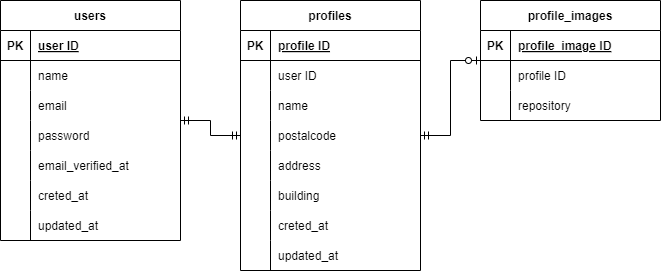
Above: src/er_diagram.drawio.png in gh-sugiura/mock_project2 (draw.io), before the change. Source tidied: cells renumbered, new cells last; positions are measured from the earlier drawing's top-left corner, leaving out a move shared by most shapes.
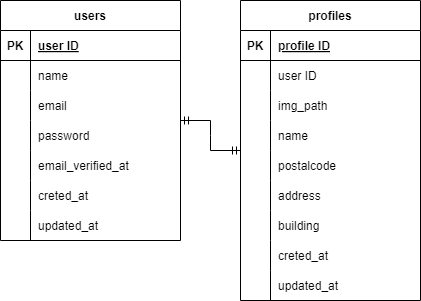
After the commit.

The edit, as a diff of the source:
```diff
@@ -3,7 +3,7 @@
     <mxCell id="0" />
     <mxCell id="1" parent="0" />
     <mxCell id="2" value="profiles" style="shape=table;startSize=30;rowLines=0;fontStyle=1;align=center;" parent="1" vertex="1">
-      <mxGeometry x="240" width="180" height="270" as="geometry" />
+      <mxGeometry x="240" width="180" height="300" as="geometry" />
     </mxCell>
     <mxCell id="3" style="shape=tableRow;horizontal=0;startSize=0;swimlaneHead=0;swimlaneBody=0;fillColor=none;top=0;left=0;right=0;bottom=1;" parent="2" vertex="1">
       <mxGeometry y="30" width="180" height="30" as="geometry" />
@@ -23,8 +23,17 @@
     <mxCell id="8" value="user ID" style="shape=partialRectangle;fillColor=none;top=0;left=0;bottom=0;right=0;align=left;spacingLeft=6;overflow=hidden;" parent="6" vertex="1">
       <mxGeometry x="30" width="150" height="30" as="geometry" />
     </mxCell>
+    <mxCell id="34" style="shape=tableRow;horizontal=0;startSize=0;swimlaneHead=0;swimlaneBody=0;fillColor=none;top=0;left=0;right=0;bottom=0;" parent="2" vertex="1">
+      <mxGeometry y="90" width="180" height="30" as="geometry" />
+    </mxCell>
+    <mxCell id="61" style="shape=partialRectangle;fillColor=none;top=0;left=0;bottom=0;right=0;overflow=hidden;" parent="34" vertex="1">
+      <mxGeometry width="30" height="30" as="geometry" />
+    </mxCell>
+    <mxCell id="62" value="img_path" style="shape=partialRectangle;fillColor=none;top=0;left=0;bottom=0;right=0;align=left;spacingLeft=6;overflow=hidden;" parent="34" vertex="1">
+      <mxGeometry x="30" width="150" height="30" as="geometry" />
+    </mxCell>
     <mxCell id="9" style="shape=tableRow;horizontal=0;startSize=0;swimlaneHead=0;swimlaneBody=0;fillColor=none;top=0;left=0;right=0;bottom=0;" parent="2" vertex="1">
-      <mxGeometry y="90" width="180" height="30" as="geometry" />
+      <mxGeometry y="120" width="180" height="30" as="geometry" />
     </mxCell>
     <mxCell id="10" style="shape=partialRectangle;fillColor=none;top=0;left=0;bottom=0;right=0;overflow=hidden;" parent="9" vertex="1">
       <mxGeometry width="30" height="30" as="geometry" />
@@ -33,7 +42,7 @@
       <mxGeometry x="30" width="150" height="30" as="geometry" />
     </mxCell>
     <mxCell id="12" style="shape=tableRow;horizontal=0;startSize=0;swimlaneHead=0;swimlaneBody=0;fillColor=none;points=[[0,0.5],[1,0.5]];portConstraint=eastwest;top=0;left=0;right=0;bottom=0;" parent="2" vertex="1">
-      <mxGeometry y="120" width="180" height="30" as="geometry" />
+      <mxGeometry y="150" width="180" height="30" as="geometry" />
     </mxCell>
     <mxCell id="13" style="shape=partialRectangle;fillColor=none;top=0;left=0;bottom=0;right=0;overflow=hidden;" parent="12" vertex="1">
       <mxGeometry width="30" height="30" as="geometry" />
@@ -42,7 +51,7 @@
       <mxGeometry x="30" width="150" height="30" as="geometry" />
     </mxCell>
     <mxCell id="15" style="shape=tableRow;horizontal=0;startSize=0;swimlaneHead=0;swimlaneBody=0;fillColor=none;top=0;left=0;right=0;bottom=0;" parent="2" vertex="1">
-      <mxGeometry y="150" width="180" height="30" as="geometry" />
+      <mxGeometry y="180" width="180" height="30" as="geometry" />
     </mxCell>
     <mxCell id="16" style="shape=partialRectangle;fillColor=none;top=0;left=0;bottom=0;right=0;overflow=hidden;" parent="15" vertex="1">
       <mxGeometry width="30" height="30" as="geometry" />
@@ -51,7 +60,7 @@
       <mxGeometry x="30" width="150" height="30" as="geometry" />
     </mxCell>
     <mxCell id="18" style="shape=tableRow;horizontal=0;startSize=0;swimlaneHead=0;swimlaneBody=0;fillColor=none;top=0;left=0;right=0;bottom=0;" parent="2" vertex="1">
-      <mxGeometry y="180" width="180" height="30" as="geometry" />
+      <mxGeometry y="210" width="180" height="30" as="geometry" />
     </mxCell>
     <mxCell id="19" style="shape=partialRectangle;fillColor=none;top=0;left=0;bottom=0;right=0;overflow=hidden;" parent="18" vertex="1">
       <mxGeometry width="30" height="30" as="geometry" />
@@ -60,7 +69,7 @@
       <mxGeometry x="30" width="150" height="30" as="geometry" />
     </mxCell>
     <mxCell id="21" style="shape=tableRow;horizontal=0;startSize=0;swimlaneHead=0;swimlaneBody=0;fillColor=none;top=0;left=0;right=0;bottom=0;" parent="2" vertex="1">
-      <mxGeometry y="210" width="180" height="30" as="geometry" />
+      <mxGeometry y="240" width="180" height="30" as="geometry" />
     </mxCell>
     <mxCell id="22" style="shape=partialRectangle;fillColor=none;top=0;left=0;bottom=0;right=0;overflow=hidden;" parent="21" vertex="1">
       <mxGeometry width="30" height="30" as="geometry" />
@@ -69,7 +78,7 @@
       <mxGeometry x="30" width="150" height="30" as="geometry" />
     </mxCell>
     <mxCell id="24" style="shape=tableRow;horizontal=0;startSize=0;swimlaneHead=0;swimlaneBody=0;fillColor=none;top=0;left=0;right=0;bottom=0;" parent="2" vertex="1">
-      <mxGeometry y="240" width="180" height="30" as="geometry" />
+      <mxGeometry y="270" width="180" height="30" as="geometry" />
     </mxCell>
     <mxCell id="25" style="shape=partialRectangle;fillColor=none;top=0;left=0;bottom=0;right=0;overflow=hidden;" parent="24" vertex="1">
       <mxGeometry width="30" height="30" as="geometry" />
@@ -77,36 +86,6 @@
     <mxCell id="26" value="updated_at" style="shape=partialRectangle;fillColor=none;top=0;left=0;bottom=0;right=0;align=left;spacingLeft=6;overflow=hidden;" parent="24" vertex="1">
       <mxGeometry x="30" width="150" height="30" as="geometry" />
     </mxCell>
-    <mxCell id="27" value="profile_images" style="shape=table;startSize=30;rowLines=0;fontStyle=1;align=center;" parent="1" vertex="1">
-      <mxGeometry x="480" width="180" height="120" as="geometry" />
-    </mxCell>
-    <mxCell id="28" style="shape=tableRow;horizontal=0;startSize=0;swimlaneHead=0;swimlaneBody=0;fillColor=none;top=0;left=0;right=0;bottom=1;" parent="27" vertex="1">
-      <mxGeometry y="30" width="180" height="30" as="geometry" />
-    </mxCell>
-    <mxCell id="29" value="PK" style="shape=partialRectangle;fillColor=none;top=0;left=0;bottom=0;right=0;fontStyle=1;overflow=hidden;" parent="28" vertex="1">
-      <mxGeometry width="30" height="30" as="geometry" />
-    </mxCell>
-    <mxCell id="30" value="profile_image ID" style="shape=partialRectangle;fillColor=none;top=0;left=0;bottom=0;right=0;align=left;spacingLeft=6;fontStyle=5;overflow=hidden;" parent="28" vertex="1">
-      <mxGeometry x="30" width="150" height="30" as="geometry" />
-    </mxCell>
-    <mxCell id="31" style="shape=tableRow;horizontal=0;startSize=0;swimlaneHead=0;swimlaneBody=0;fillColor=none;top=0;left=0;right=0;bottom=0;" parent="27" vertex="1">
-      <mxGeometry y="60" width="180" height="30" as="geometry" />
-    </mxCell>
-    <mxCell id="32" style="shape=partialRectangle;fillColor=none;top=0;left=0;bottom=0;right=0;overflow=hidden;" parent="31" vertex="1">
-      <mxGeometry width="30" height="30" as="geometry" />
-    </mxCell>
-    <mxCell id="33" value="profile ID" style="shape=partialRectangle;fillColor=none;top=0;left=0;bottom=0;right=0;align=left;spacingLeft=6;overflow=hidden;" parent="31" vertex="1">
-      <mxGeometry x="30" width="150" height="30" as="geometry" />
-    </mxCell>
-    <mxCell id="34" style="shape=tableRow;horizontal=0;startSize=0;swimlaneHead=0;swimlaneBody=0;fillColor=none;top=0;left=0;right=0;bottom=0;" parent="27" vertex="1">
-      <mxGeometry y="90" width="180" height="30" as="geometry" />
-    </mxCell>
-    <mxCell id="35" style="shape=partialRectangle;fillColor=none;top=0;left=0;bottom=0;right=0;overflow=hidden;" parent="34" vertex="1">
-      <mxGeometry width="30" height="30" as="geometry" />
-    </mxCell>
-    <mxCell id="36" value="repository" style="shape=partialRectangle;fillColor=none;top=0;left=0;bottom=0;right=0;align=left;spacingLeft=6;overflow=hidden;" parent="34" vertex="1">
-      <mxGeometry x="30" width="150" height="30" as="geometry" />
-    </mxCell>
     <mxCell id="37" value="users" style="shape=table;startSize=30;rowLines=0;fontStyle=1;align=center;" parent="1" vertex="1">
       <mxGeometry width="180" height="240" as="geometry" />
     </mxCell>
@@ -176,8 +155,5 @@
     <mxCell id="59" style="edgeStyle=entityRelationEdgeStyle;fontSize=12;html=1;endArrow=ERmandOne;startArrow=ERmandOne;strokeColor=default;rounded=0;shadow=0;" parent="1" edge="1" source="37" target="2">
       <mxGeometry relative="1" as="geometry" />
     </mxCell>
-    <mxCell id="60" style="edgeStyle=entityRelationEdgeStyle;fontSize=12;html=1;endArrow=ERzeroToOne;startArrow=ERmandOne;rounded=0;exitX=1;exitY=0.5;exitDx=0;exitDy=0;endFill=0;" parent="1" edge="1" source="12" target="27">
-      <mxGeometry relative="1" as="geometry" />
-    </mxCell>
   </root>
 </mxGraphModel>
```
